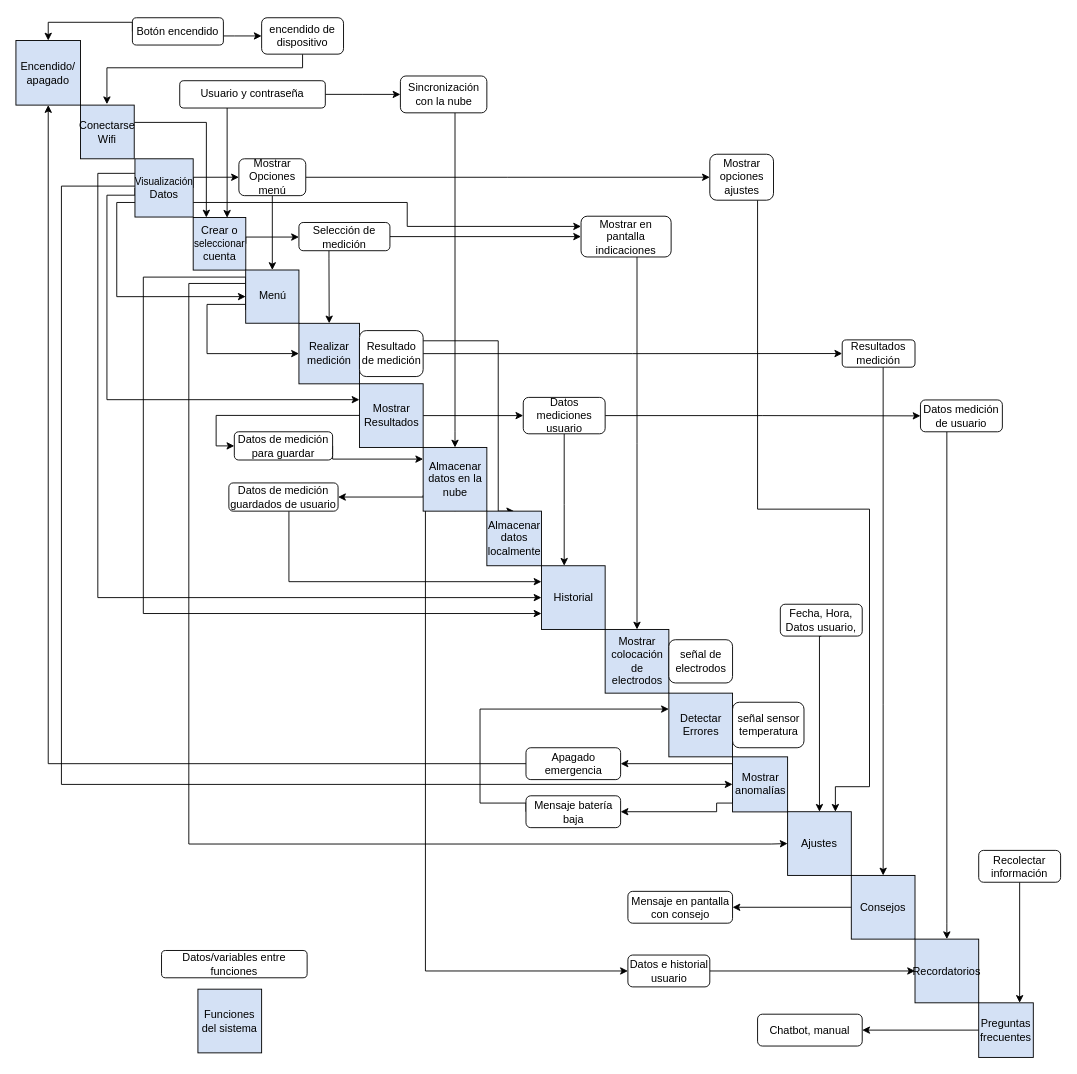
Before: segunda_fase/Arquitecturas de software/Diagrama de InterfacesN2Chart.drawio in Angeloib98/BIATRONIC, a draw.io diagram. Source tidied: cells renumbered, new cells numbered last; positions are measured from the earlier drawing's top-left corner, leaving out a move shared by most shapes. Both pictures are drawn from the tidied source at 91%, with x=0, y=0 at pixel (15, 17).
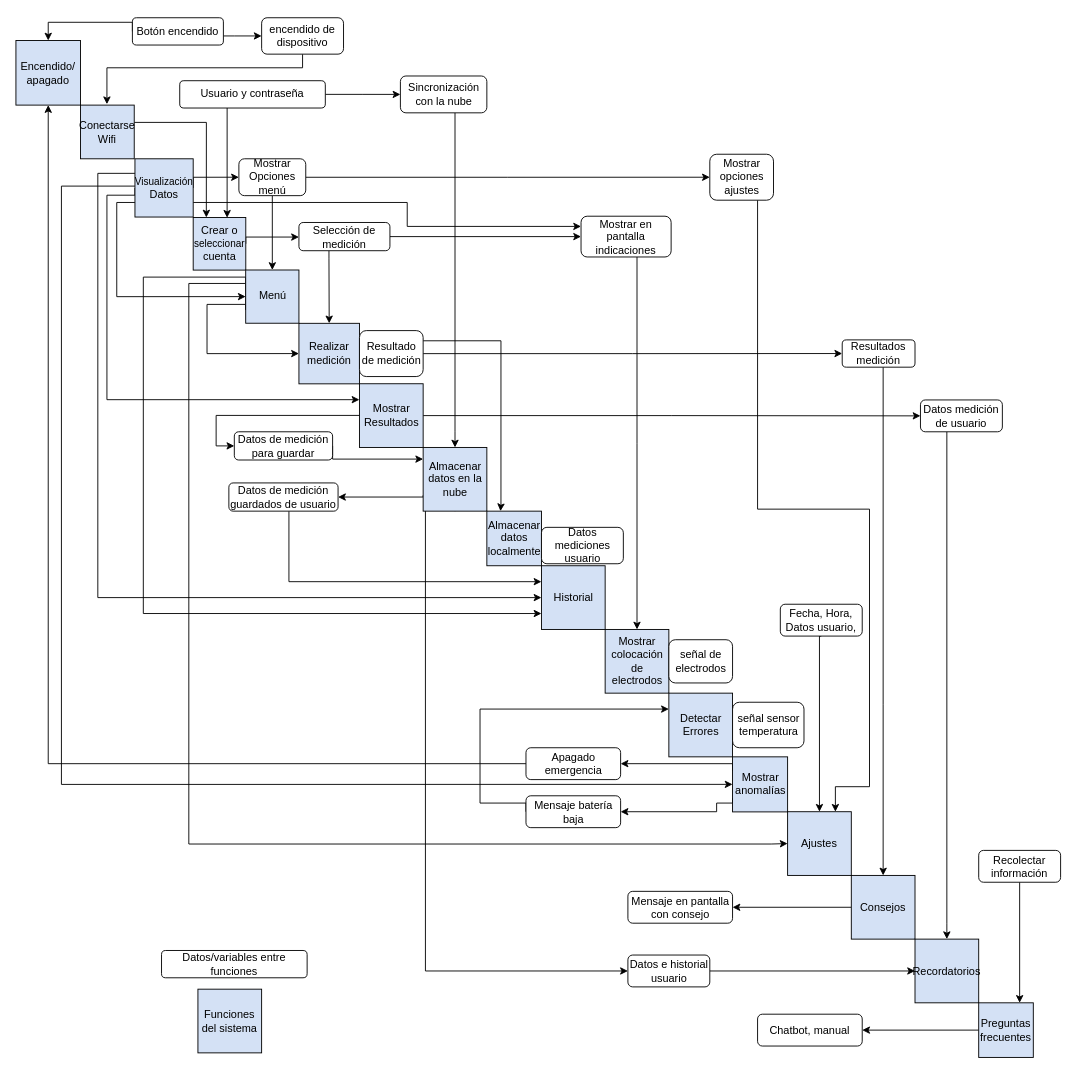
The same diagram, later.

The change refers to these unchanged cells:
```xml
<mxCell id="30" value="Resultado de medición" style="rounded=1;whiteSpace=wrap;html=1;" parent="1" vertex="1">
  <mxGeometry x="377.5" y="343.8" width="70" height="50.5" as="geometry" />
</mxCell>
<mxCell id="34" value="Mostrar Resultados" style="whiteSpace=wrap;html=1;fillColor=#D4E1F5;" parent="1" vertex="1">
  <mxGeometry x="377.5" y="402.2" width="70" height="70" as="geometry" />
</mxCell>
<mxCell id="50" value="Datos medición de usuario" style="rounded=1;whiteSpace=wrap;html=1;" parent="1" vertex="1">
  <mxGeometry x="994" y="420" width="90" height="35" as="geometry" />
</mxCell>
<mxCell id="75" value="Historial" style="whiteSpace=wrap;html=1;fillColor=#D4E1F5;" parent="1" vertex="1">
  <mxGeometry x="577.5" y="602.2" width="70" height="70" as="geometry" />
</mxCell>
<mxCell id="76" value="Almacenar datos localmente" style="whiteSpace=wrap;html=1;fillColor=#D4E1F5;" parent="1" vertex="1">
  <mxGeometry x="517.5" y="542.2" width="60" height="60" as="geometry" />
</mxCell>
```

The edit, as a diff of the source:
```diff
@@
-    <mxCell id="28" style="edgeStyle=orthogonalEdgeStyle;rounded=0;jettySize=auto;html=1;entryX=0.5;entryY=0;entryDx=0;entryDy=0;" parent="1" edge="1" source="30" target="76">
+    <mxCell id="28" style="edgeStyle=orthogonalEdgeStyle;rounded=0;jettySize=auto;html=1;entryX=0.25;entryY=0;entryDx=0;entryDy=0;" parent="1" edge="1" source="30" target="76">
       <mxGeometry relative="1" as="geometry">
         <Array as="points">
-          <mxPoint x="530" y="355" />
+          <mxPoint x="533" y="355" />
+          <mxPoint x="533" y="535" />
         </Array>
       </mxGeometry>
     </mxCell>
@@
-    <mxCell id="31" style="edgeStyle=orthogonalEdgeStyle;rounded=0;jettySize=auto;html=1;" parent="1" edge="1" source="78" target="50">
-      <mxGeometry relative="1" as="geometry" />
-    </mxCell>
-    <mxCell id="32" style="edgeStyle=orthogonalEdgeStyle;rounded=0;jettySize=auto;html=1;exitX=1;exitY=0.5;exitDx=0;exitDy=0;entryX=0;entryY=0.5;entryDx=0;entryDy=0;" parent="1" edge="1" source="34" target="78">
-      <mxGeometry relative="1" as="geometry" />
-    </mxCell>
@@
+    <mxCell id="88" style="edgeStyle=orthogonalEdgeStyle;rounded=0;jettySize=auto;html=1;exitX=1;exitY=0.5;exitDx=0;exitDy=0;entryX=0;entryY=0.5;entryDx=0;entryDy=0;fontSize=11;" parent="1" edge="1" source="34" target="50">
+      <mxGeometry relative="1" as="geometry" />
+    </mxCell>
@@
-    <mxCell id="77" style="edgeStyle=orthogonalEdgeStyle;rounded=0;jettySize=auto;html=1;" parent="1" edge="1" source="78" target="75">
-      <mxGeometry relative="1" as="geometry">
-        <Array as="points">
-          <mxPoint x="603" y="535" />
-          <mxPoint x="603" y="535" />
-        </Array>
-      </mxGeometry>
-    </mxCell>
     <mxCell id="78" value="Datos mediciones usuario" style="rounded=1;whiteSpace=wrap;html=1;" parent="1" vertex="1">
-      <mxGeometry x="557.5" y="417.2" width="90" height="40" as="geometry" />
+      <mxGeometry x="577.5" y="560" width="90" height="40" as="geometry" />
     </mxCell>
```
